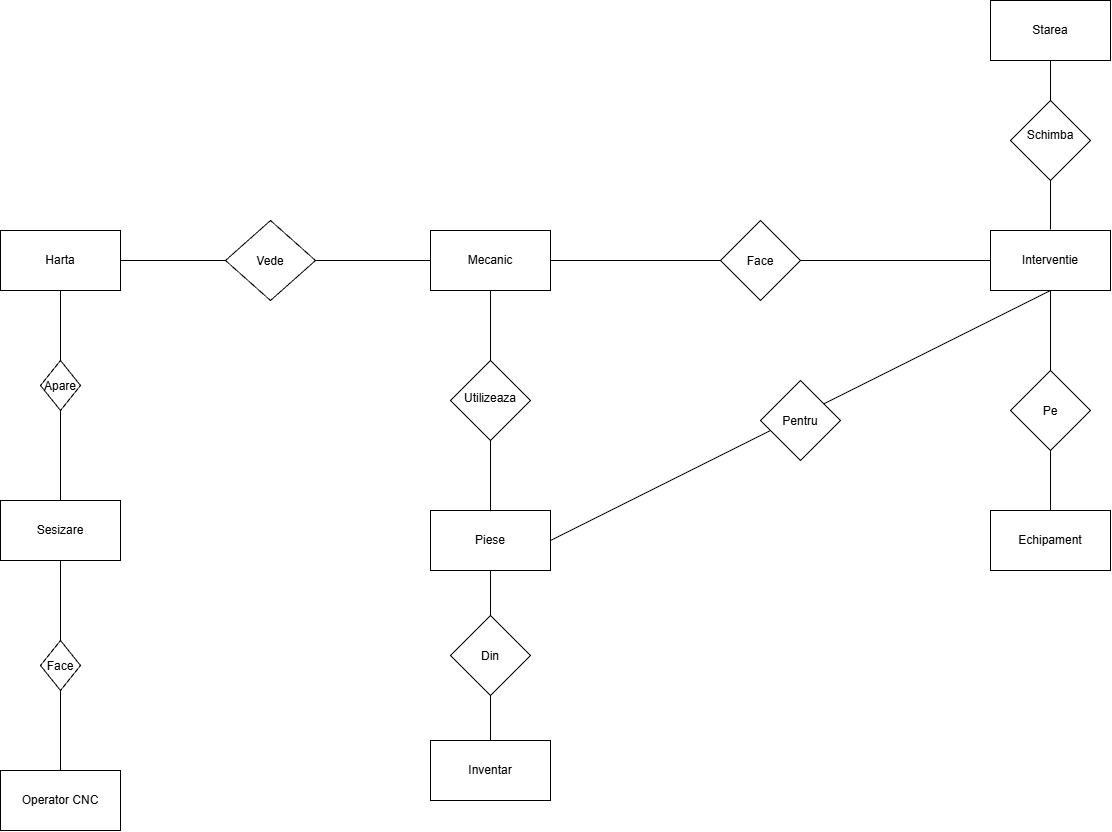
This is diagrame/DiagramaER.drawio.png from nerea-mihut/ingineria_programelor_proiect, a draw.io export, as it was before one commit. Source tidied: cells renumbered, new cells last; positions are measured from the earlier drawing's top-left corner, leaving out a move shared by most shapes.
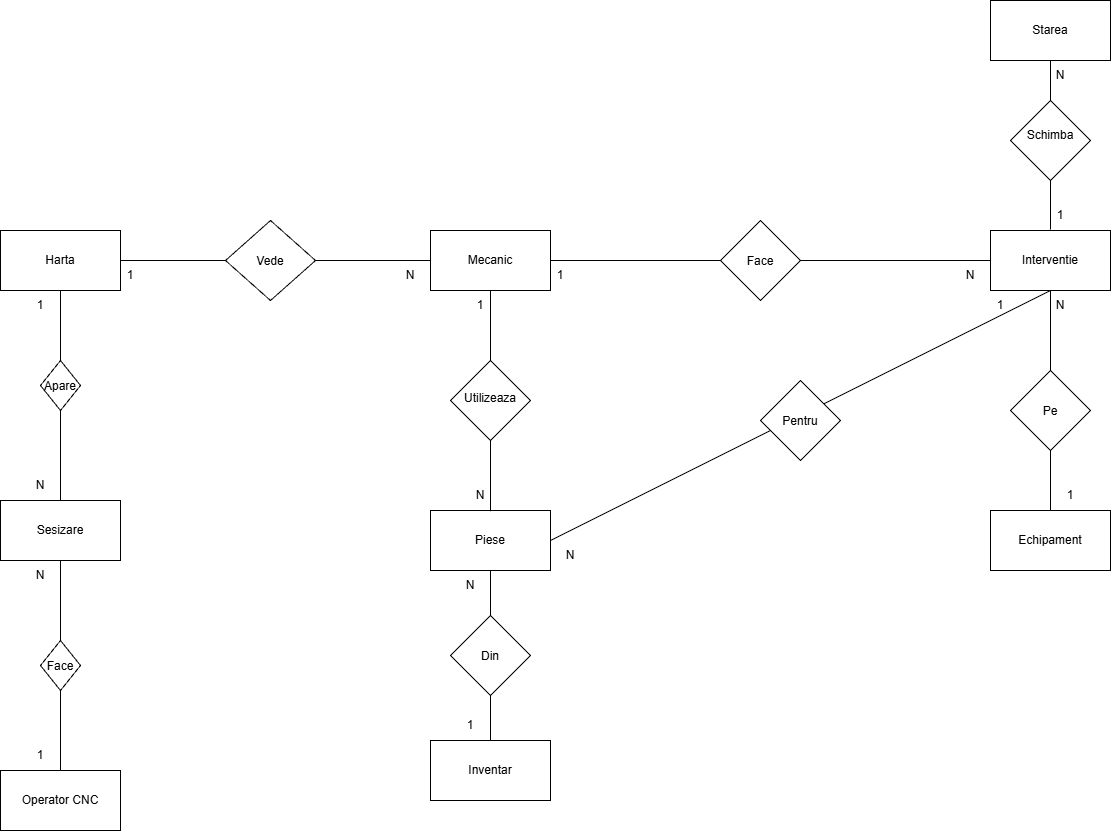
After the commit.

Diff of the diagram source:
```diff
@@ -114,5 +114,59 @@
     <mxCell id="34" value="Schimba" style="rhombus;whiteSpace=wrap;html=1;shapeInside=1;" parent="1" vertex="1">
       <mxGeometry x="1010" y="100" width="80" height="80" as="geometry" />
     </mxCell>
+    <mxCell id="35" value="1" style="text;html=1;whiteSpace=wrap;strokeColor=none;fillColor=none;align=center;verticalAlign=middle;rounded=0;" parent="1" vertex="1">
+      <mxGeometry x="10" y="740" width="60" height="30" as="geometry" />
+    </mxCell>
+    <mxCell id="36" value="N" style="text;html=1;whiteSpace=wrap;strokeColor=none;fillColor=none;align=center;verticalAlign=middle;rounded=0;" parent="1" vertex="1">
+      <mxGeometry x="10" y="560" width="60" height="30" as="geometry" />
+    </mxCell>
+    <mxCell id="37" value="N" style="text;html=1;whiteSpace=wrap;strokeColor=none;fillColor=none;align=center;verticalAlign=middle;rounded=0;" parent="1" vertex="1">
+      <mxGeometry x="10" y="470" width="60" height="30" as="geometry" />
+    </mxCell>
+    <mxCell id="38" value="1" style="text;html=1;whiteSpace=wrap;strokeColor=none;fillColor=none;align=center;verticalAlign=middle;rounded=0;" parent="1" vertex="1">
+      <mxGeometry x="10" y="290" width="60" height="30" as="geometry" />
+    </mxCell>
+    <mxCell id="39" value="1" style="text;html=1;whiteSpace=wrap;strokeColor=none;fillColor=none;align=center;verticalAlign=middle;rounded=0;" parent="1" vertex="1">
+      <mxGeometry x="100" y="260" width="60" height="30" as="geometry" />
+    </mxCell>
+    <mxCell id="40" value="N" style="text;html=1;whiteSpace=wrap;strokeColor=none;fillColor=none;align=center;verticalAlign=middle;rounded=0;" parent="1" vertex="1">
+      <mxGeometry x="380" y="260" width="60" height="30" as="geometry" />
+    </mxCell>
+    <mxCell id="41" value="1" style="text;html=1;whiteSpace=wrap;strokeColor=none;fillColor=none;align=center;verticalAlign=middle;rounded=0;" parent="1" vertex="1">
+      <mxGeometry x="450" y="290" width="60" height="30" as="geometry" />
+    </mxCell>
+    <mxCell id="42" value="N" style="text;html=1;whiteSpace=wrap;strokeColor=none;fillColor=none;align=center;verticalAlign=middle;rounded=0;" parent="1" vertex="1">
+      <mxGeometry x="450" y="480" width="60" height="30" as="geometry" />
+    </mxCell>
+    <mxCell id="43" value="1" style="text;html=1;whiteSpace=wrap;strokeColor=none;fillColor=none;align=center;verticalAlign=middle;rounded=0;" parent="1" vertex="1">
+      <mxGeometry x="440" y="710" width="60" height="30" as="geometry" />
+    </mxCell>
+    <mxCell id="44" value="N" style="text;html=1;whiteSpace=wrap;strokeColor=none;fillColor=none;align=center;verticalAlign=middle;rounded=0;" parent="1" vertex="1">
+      <mxGeometry x="540" y="540" width="60" height="30" as="geometry" />
+    </mxCell>
+    <mxCell id="45" value="1" style="text;html=1;whiteSpace=wrap;strokeColor=none;fillColor=none;align=center;verticalAlign=middle;rounded=0;" parent="1" vertex="1">
+      <mxGeometry x="970" y="290" width="60" height="30" as="geometry" />
+    </mxCell>
+    <mxCell id="46" value="1" style="text;html=1;whiteSpace=wrap;strokeColor=none;fillColor=none;align=center;verticalAlign=middle;rounded=0;" parent="1" vertex="1">
+      <mxGeometry x="530" y="260" width="60" height="30" as="geometry" />
+    </mxCell>
+    <mxCell id="47" value="N" style="text;html=1;whiteSpace=wrap;strokeColor=none;fillColor=none;align=center;verticalAlign=middle;rounded=0;" parent="1" vertex="1">
+      <mxGeometry x="940" y="260" width="60" height="30" as="geometry" />
+    </mxCell>
+    <mxCell id="48" value="N" style="text;html=1;whiteSpace=wrap;strokeColor=none;fillColor=none;align=center;verticalAlign=middle;rounded=0;" parent="1" vertex="1">
+      <mxGeometry x="1030" y="290" width="60" height="30" as="geometry" />
+    </mxCell>
+    <mxCell id="49" value="1" style="text;html=1;whiteSpace=wrap;strokeColor=none;fillColor=none;align=center;verticalAlign=middle;rounded=0;" parent="1" vertex="1">
+      <mxGeometry x="1030" y="200" width="60" height="30" as="geometry" />
+    </mxCell>
+    <mxCell id="50" value="N" style="text;html=1;whiteSpace=wrap;strokeColor=none;fillColor=none;align=center;verticalAlign=middle;rounded=0;" parent="1" vertex="1">
+      <mxGeometry x="1030" y="60" width="60" height="30" as="geometry" />
+    </mxCell>
+    <mxCell id="51" value="1" style="text;html=1;whiteSpace=wrap;strokeColor=none;fillColor=none;align=center;verticalAlign=middle;rounded=0;" parent="1" vertex="1">
+      <mxGeometry x="1040" y="480" width="60" height="30" as="geometry" />
+    </mxCell>
+    <mxCell id="52" value="N" style="text;html=1;whiteSpace=wrap;strokeColor=none;fillColor=none;align=center;verticalAlign=middle;rounded=0;" parent="1" vertex="1">
+      <mxGeometry x="440" y="570" width="60" height="30" as="geometry" />
+    </mxCell>
   </root>
 </mxGraphModel>
```
